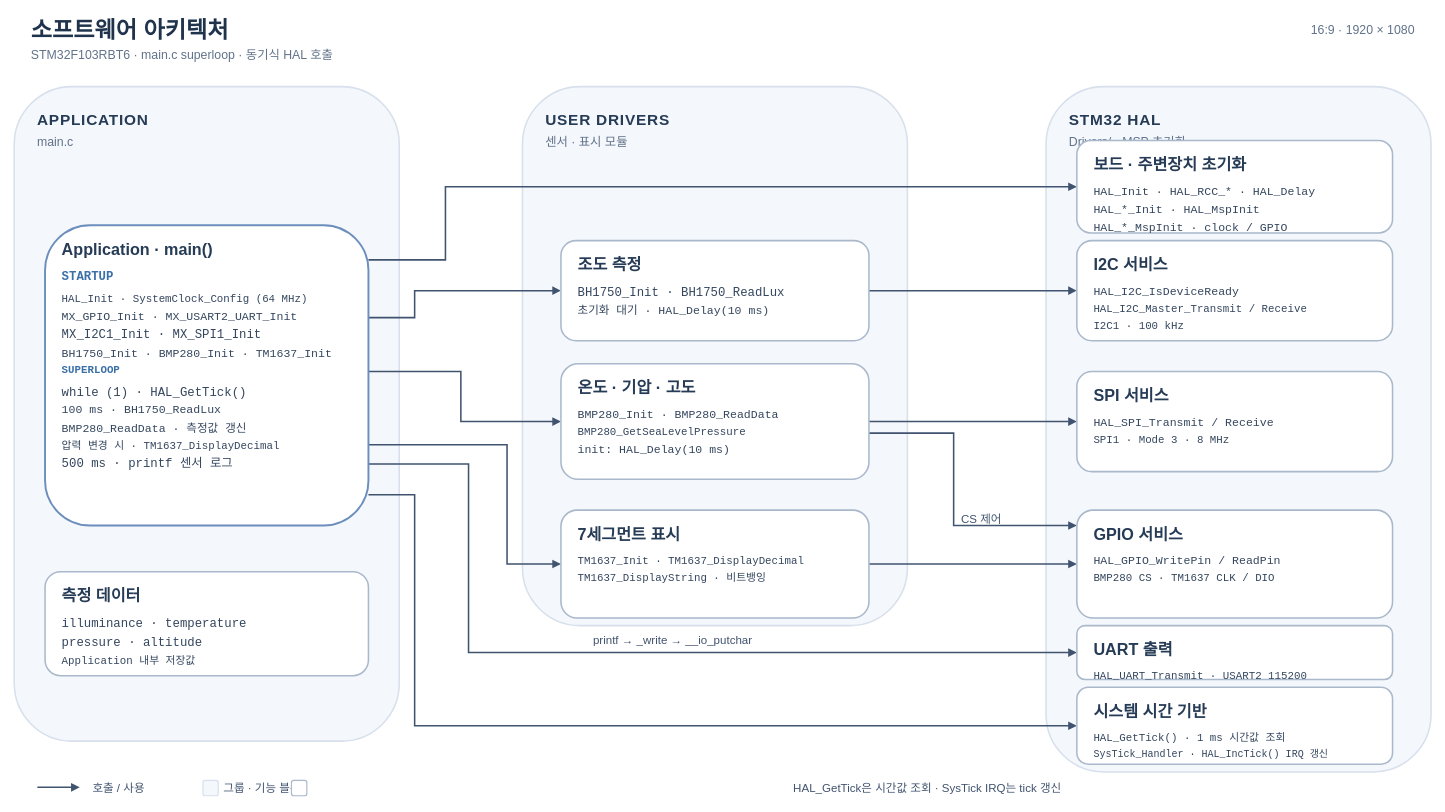
This is docs/images/system_architecture.drawio from wwsw12/103RB_TM1637_BH1750_BMP280_SPI, a draw.io file, before an edit. Source tidied: cells renumbered, new cells numbered last; positions are measured from the earlier drawing's top-left corner, leaving out a move shared by most shapes. Both pictures are drawn from the tidied source at 77%, with x=0, y=0 at pixel (14, 13).
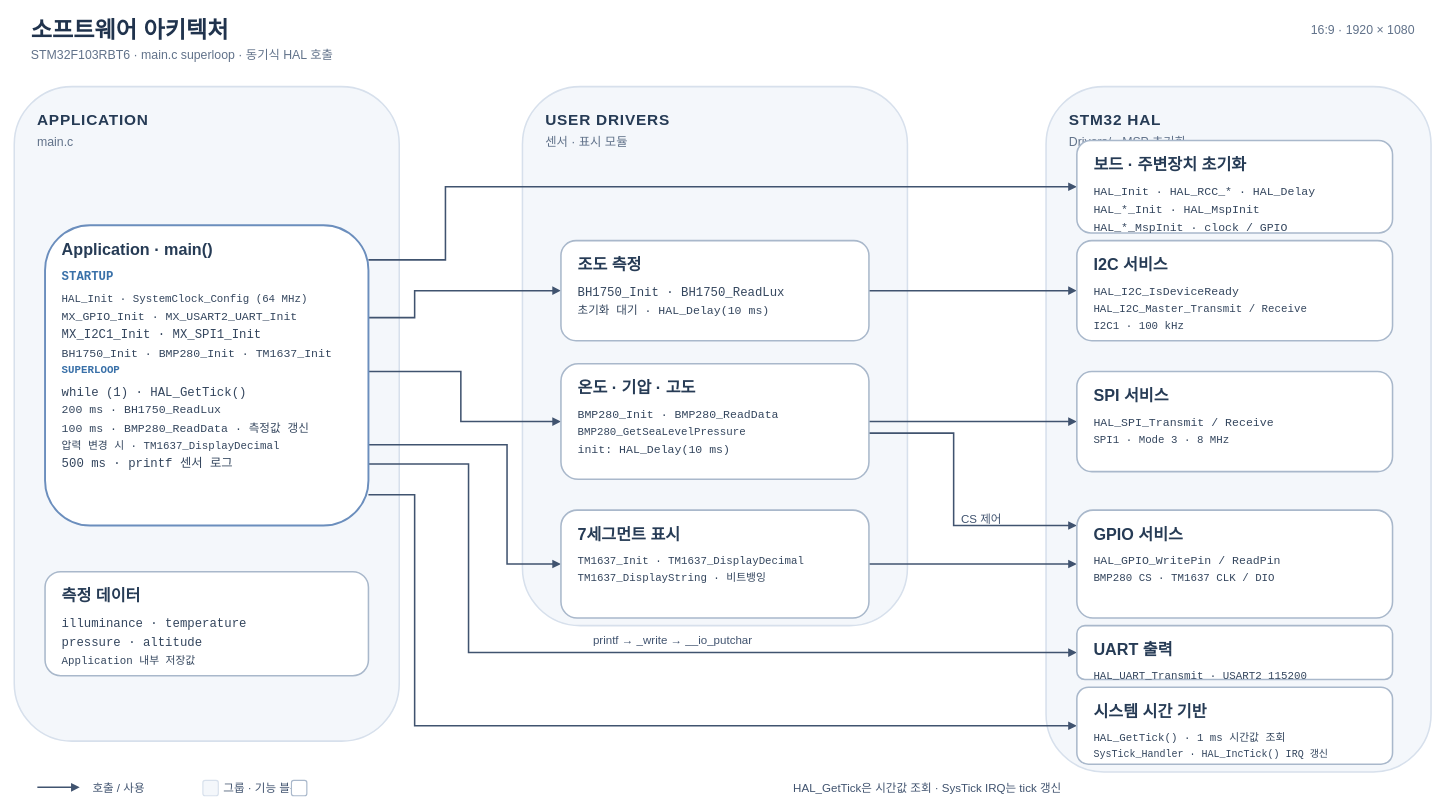
Above is the later version.

The edit, as a diff of the source:
```diff
@@
-    <mxCell id="18" value="&lt;div style=&quot;font-family:Arial,'Noto Sans KR',sans-serif;font-size:21px;font-weight:700;color:#263b55;margin-bottom:12px&quot;&gt;Application · main()&lt;/div&gt;&lt;div style=&quot;font-family:monospace;font-size:16px;font-weight:700;line-height:1.55;color:#3970a8&quot;&gt;STARTUP&lt;/div&gt;&lt;div style=&quot;height:5px&quot;&gt;&lt;/div&gt;&lt;div style=&quot;font-family:monospace;font-size:14px;font-weight:400;line-height:1.55;color:#34465e&quot;&gt;HAL_Init · SystemClock_Config (64 MHz)&lt;/div&gt;&lt;div style=&quot;font-family:monospace;font-size:15px;font-weight:400;line-height:1.55;color:#34465e&quot;&gt;MX_GPIO_Init · MX_USART2_UART_Init&lt;/div&gt;&lt;div style=&quot;font-family:monospace;font-size:16px;font-weight:400;line-height:1.55;color:#34465e&quot;&gt;MX_I2C1_Init · MX_SPI1_Init&lt;/div&gt;&lt;div style=&quot;font-family:monospace;font-size:15px;font-weight:400;line-height:1.55;color:#34465e&quot;&gt;BH1750_Init · BMP280_Init · TM1637_Init&lt;/div&gt;&lt;div style=&quot;font-family:monospace;font-size:14px;font-weight:700;line-height:1.55;color:#3970a8&quot;&gt;SUPERLOOP&lt;/div&gt;&lt;div style=&quot;height:5px&quot;&gt;&lt;/div&gt;&lt;div style=&quot;font-family:monospace;font-size:16px;font-weight:400;line-height:1.55;color:#34465e&quot;&gt;while (1) · HAL_GetTick()&lt;/div&gt;&lt;div style=&quot;font-family:monospace;font-size:15px;font-weight:400;line-height:1.55;color:#34465e&quot;&gt;100 ms · BH1750_ReadLux&lt;/div&gt;&lt;div style=&quot;font-family:monospace;font-size:15px;font-weight:400;line-height:1.55;color:#34465e&quot;&gt;BMP280_ReadData · 측정값 갱신&lt;/div&gt;&lt;div style=&quot;font-family:monospace;font-size:14px;font-weight:400;line-height:1.55;color:#34465e&quot;&gt;압력 변경 시 · TM1637_DisplayDecimal&lt;/div&gt;&lt;div style=&quot;font-family:monospace;font-size:16px;font-weight:400;line-height:1.55;color:#34465e&quot;&gt;500 ms · printf 센서 로그&lt;/div&gt;" style="rounded=1;whiteSpace=wrap;html=1;fillColor=#FFFFFF;strokeColor=#6b8ebd;strokeWidth=2.5;shadow=0;align=left;verticalAlign=top;spacingLeft=20;spacingTop=12;" parent="1" vertex="1">
+    <mxCell id="18" value="&lt;div style=&quot;font-family:Arial,'Noto Sans KR',sans-serif;font-size:21px;font-weight:700;color:#263b55;margin-bottom:12px&quot;&gt;Application · main()&lt;/div&gt;&lt;div style=&quot;font-family:monospace;font-size:16px;font-weight:700;line-height:1.55;color:#3970a8&quot;&gt;STARTUP&lt;/div&gt;&lt;div style=&quot;height:5px&quot;&gt;&lt;/div&gt;&lt;div style=&quot;font-family:monospace;font-size:14px;font-weight:400;line-height:1.55;color:#34465e&quot;&gt;HAL_Init · SystemClock_Config (64 MHz)&lt;/div&gt;&lt;div style=&quot;font-family:monospace;font-size:15px;font-weight:400;line-height:1.55;color:#34465e&quot;&gt;MX_GPIO_Init · MX_USART2_UART_Init&lt;/div&gt;&lt;div style=&quot;font-family:monospace;font-size:16px;font-weight:400;line-height:1.55;color:#34465e&quot;&gt;MX_I2C1_Init · MX_SPI1_Init&lt;/div&gt;&lt;div style=&quot;font-family:monospace;font-size:15px;font-weight:400;line-height:1.55;color:#34465e&quot;&gt;BH1750_Init · BMP280_Init · TM1637_Init&lt;/div&gt;&lt;div style=&quot;font-family:monospace;font-size:14px;font-weight:700;line-height:1.55;color:#3970a8&quot;&gt;SUPERLOOP&lt;/div&gt;&lt;div style=&quot;height:5px&quot;&gt;&lt;/div&gt;&lt;div style=&quot;font-family:monospace;font-size:16px;font-weight:400;line-height:1.55;color:#34465e&quot;&gt;while (1) · HAL_GetTick()&lt;/div&gt;&lt;div style=&quot;font-family:monospace;font-size:15px;font-weight:400;line-height:1.55;color:#34465e&quot;&gt;200 ms · BH1750_ReadLux&lt;/div&gt;&lt;div style=&quot;font-family:monospace;font-size:15px;font-weight:400;line-height:1.55;color:#34465e&quot;&gt;100 ms · BMP280_ReadData · 측정값 갱신&lt;/div&gt;&lt;div style=&quot;font-family:monospace;font-size:14px;font-weight:400;line-height:1.55;color:#34465e&quot;&gt;압력 변경 시 · TM1637_DisplayDecimal&lt;/div&gt;&lt;div style=&quot;font-family:monospace;font-size:16px;font-weight:400;line-height:1.55;color:#34465e&quot;&gt;500 ms · printf 센서 로그&lt;/div&gt;" style="rounded=1;whiteSpace=wrap;html=1;fillColor=#FFFFFF;strokeColor=#6b8ebd;strokeWidth=2.5;shadow=0;align=left;verticalAlign=top;spacingLeft=20;spacingTop=12;" parent="1" vertex="1">
       <mxGeometry x="40" y="275" width="420" height="390" as="geometry" />
     </mxCell>
```
